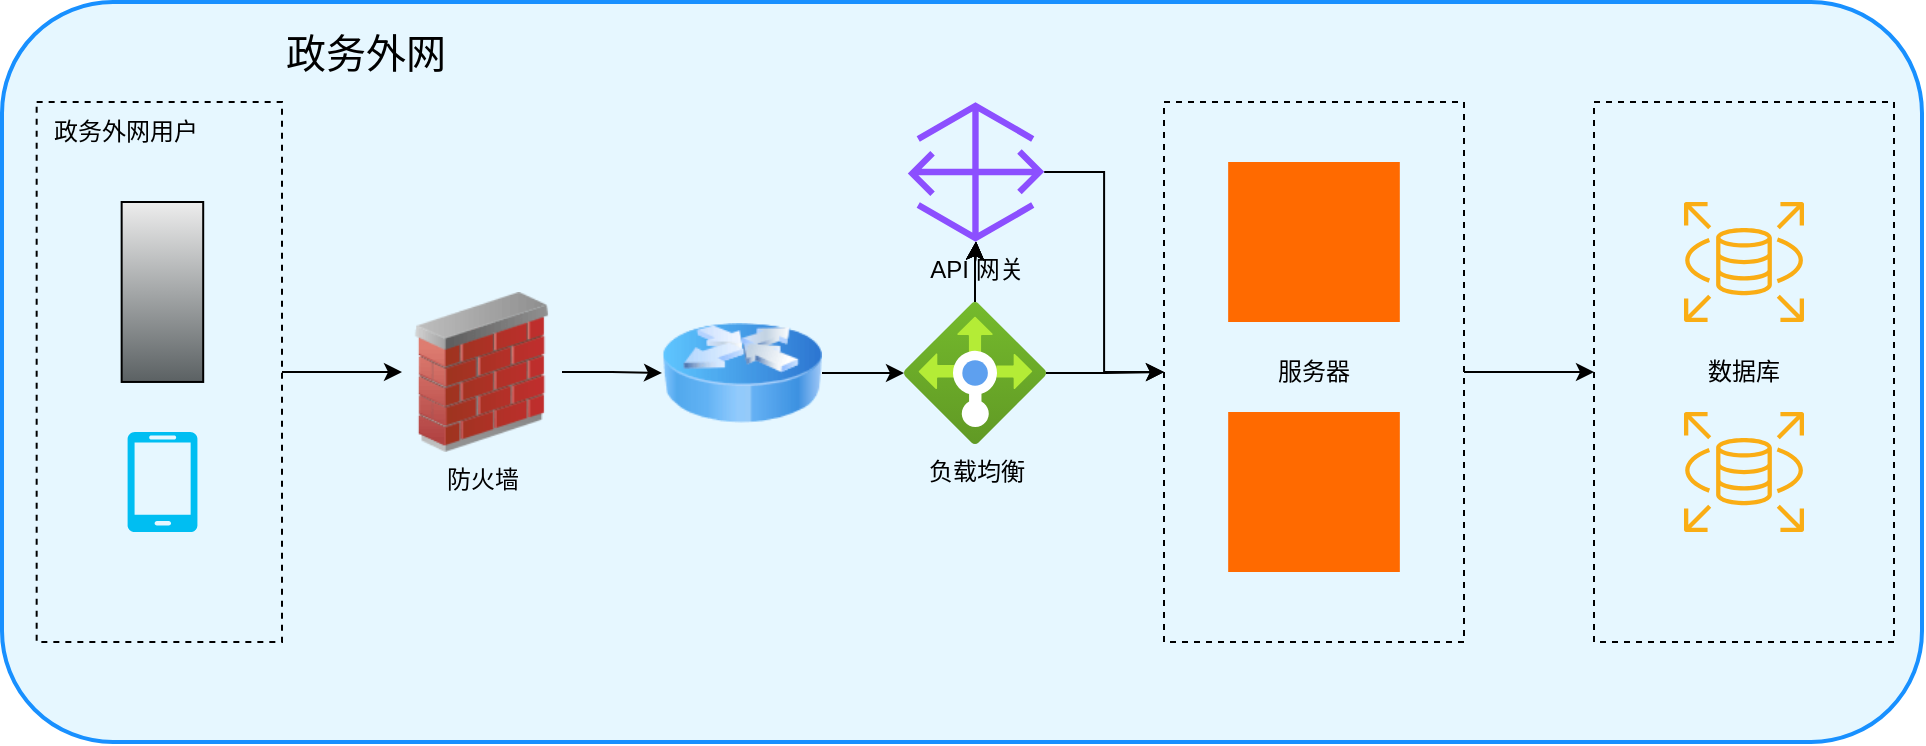
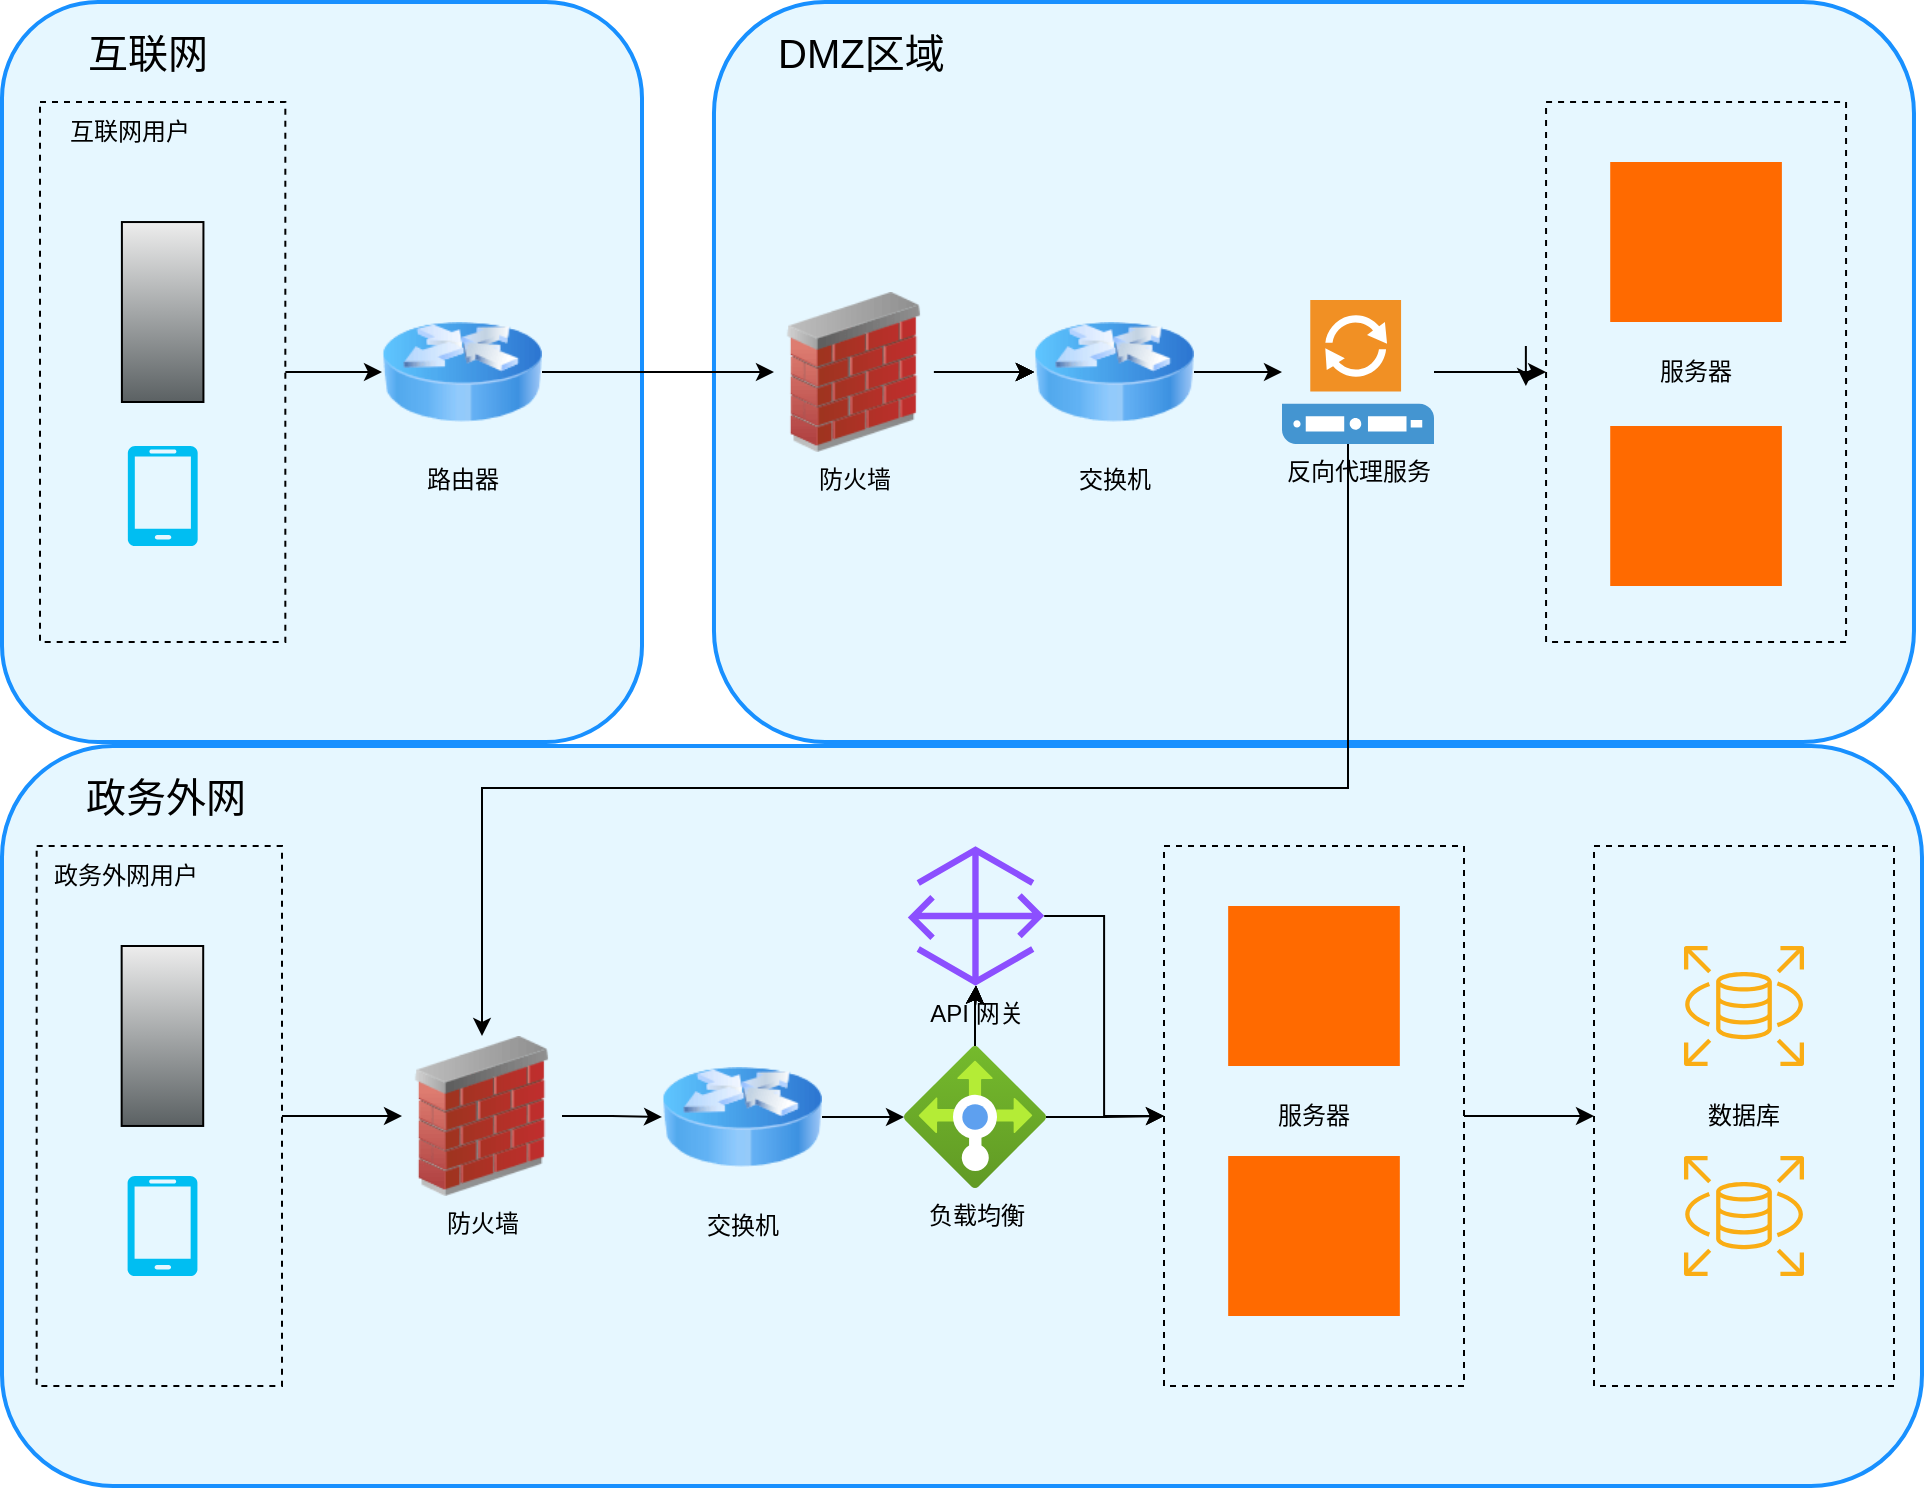
<mxfile host="app.diagrams.net">
  <diagram name="第 1 页" id="D2IiC31BuT-QvLHUgMJ5">
-     <mxGraphModel dx="129" dy="546" grid="1" gridSize="10" guides="1" tooltips="1" connect="1" arrows="1" fold="1" page="1" pageScale="1" pageWidth="827" pageHeight="1169" math="0" shadow="0">
+     <mxGraphModel dx="745" dy="2079" grid="1" gridSize="10" guides="1" tooltips="1" connect="1" arrows="1" fold="1" page="1" pageScale="1" pageWidth="827" pageHeight="1169" math="0" shadow="0">
      <root>
        <mxCell id="0" />
        <mxCell id="1" parent="0" />
        <mxCell id="P6Ce5vJbtA9BVtcRjQjT-61" parent="1" style="rounded=1;whiteSpace=wrap;html=1;fillColor=light-dark(#E6F7FF,#FFFFFF);strokeColor=#1890ff;strokeWidth=2;" value="" vertex="1">
-           <mxGeometry height="370" width="960" x="960" y="380" as="geometry" />
+           <mxGeometry height="370" width="960" x="960" y="359" as="geometry" />
        </mxCell>
        <mxCell id="P6Ce5vJbtA9BVtcRjQjT-62" edge="1" parent="1" source="P6Ce5vJbtA9BVtcRjQjT-63" style="edgeStyle=orthogonalEdgeStyle;rounded=0;orthogonalLoop=1;jettySize=auto;html=1;strokeColor=light-dark(#000000,#000000);" target="P6Ce5vJbtA9BVtcRjQjT-64">
          <mxGeometry relative="1" as="geometry" />
        </mxCell>
        <mxCell id="P6Ce5vJbtA9BVtcRjQjT-63" parent="1" style="rounded=0;whiteSpace=wrap;html=1;fillColor=none;strokeColor=light-dark(#000000,#000000);dashed=1;" value="&lt;font style=&quot;color: light-dark(rgb(0, 0, 0), rgb(0, 0, 0));&quot;&gt;服务器&lt;/font&gt;" vertex="1">
-           <mxGeometry height="270" width="150" x="1541" y="430" as="geometry" />
+           <mxGeometry height="270" width="150" x="1541" y="409" as="geometry" />
        </mxCell>
        <mxCell id="P6Ce5vJbtA9BVtcRjQjT-64" parent="1" style="rounded=0;whiteSpace=wrap;html=1;fillColor=none;strokeColor=light-dark(#000000,#000000);dashed=1;" value="&lt;font style=&quot;color: light-dark(rgb(0, 0, 0), rgb(0, 0, 0));&quot;&gt;数据库&lt;/font&gt;" vertex="1">
-           <mxGeometry height="270" width="150" x="1756" y="430" as="geometry" />
+           <mxGeometry height="270" width="150" x="1756" y="409" as="geometry" />
        </mxCell>
        <mxCell id="P6Ce5vJbtA9BVtcRjQjT-65" parent="1" style="shape=mxgraph.aws4.rds;html=1;strokeColor=#000000;fillColor=#faad14;" value="" vertex="1">
-           <mxGeometry height="60" width="60" x="1801" y="480" as="geometry" />
+           <mxGeometry height="60" width="60" x="1801" y="459" as="geometry" />
        </mxCell>
        <mxCell id="P6Ce5vJbtA9BVtcRjQjT-66" parent="1" style="shape=mxgraph.aws4.rds;html=1;strokeColor=#000000;fillColor=#faad14;" value="" vertex="1">
-           <mxGeometry height="60" width="60" x="1801" y="585" as="geometry" />
+           <mxGeometry height="60" width="60" x="1801" y="564" as="geometry" />
        </mxCell>
        <mxCell id="P6Ce5vJbtA9BVtcRjQjT-67" edge="1" parent="1" source="P6Ce5vJbtA9BVtcRjQjT-68" style="edgeStyle=orthogonalEdgeStyle;rounded=0;orthogonalLoop=1;jettySize=auto;html=1;entryX=0;entryY=0.5;entryDx=0;entryDy=0;strokeColor=light-dark(#000000,#000000);" target="P6Ce5vJbtA9BVtcRjQjT-73">
          <mxGeometry relative="1" as="geometry" />
        </mxCell>
        <mxCell id="P6Ce5vJbtA9BVtcRjQjT-68" parent="1" style="rounded=0;whiteSpace=wrap;html=1;fillColor=none;strokeColor=light-dark(#000000,#000000);dashed=1;" value="" vertex="1">
-           <mxGeometry height="270" width="122.67" x="977.3299999999999" y="430" as="geometry" />
+           <mxGeometry height="270" width="122.67" x="977.3299999999999" y="409" as="geometry" />
        </mxCell>
        <mxCell id="P6Ce5vJbtA9BVtcRjQjT-69" parent="1" style="shape=mxgraph.networks2.icon;aspect=fixed;fillColor=#EDEDED;strokeColor=#000000;gradientColor=#5B6163;network2IconShadow=1;network2bgFillColor=none;labelPosition=center;verticalLabelPosition=bottom;align=center;verticalAlign=top;network2Icon=mxgraph.networks2.desktop_pc;network2IconXOffset=-0.0034;network2IconYOffset=0.00035;network2IconW=0.453;network2IconH=0.9995;" value="" vertex="1">
-           <mxGeometry height="89.98" width="40.77" x="1019.8299999999999" y="480" as="geometry" />
+           <mxGeometry height="89.98" width="40.77" x="1019.8299999999999" y="459" as="geometry" />
        </mxCell>
        <mxCell id="P6Ce5vJbtA9BVtcRjQjT-70" parent="1" style="text;html=1;whiteSpace=wrap;strokeColor=none;fillColor=none;align=left;verticalAlign=middle;rounded=0;fontSize=20;fontColor=light-dark(#000000,#000000);" value="政务外网" vertex="1">
-           <mxGeometry height="50" width="170" x="1100" y="380" as="geometry" />
+           <mxGeometry height="50" width="170" x="1000" y="359" as="geometry" />
        </mxCell>
        <mxCell id="P6Ce5vJbtA9BVtcRjQjT-71" parent="1" style="text;html=1;whiteSpace=wrap;strokeColor=none;fillColor=none;align=center;verticalAlign=middle;rounded=0;fontColor=light-dark(#000000,#000000);" value="政务外网用户" vertex="1">
-           <mxGeometry height="30" width="90" x="977.33" y="430" as="geometry" />
+           <mxGeometry height="30" width="90" x="977.33" y="409" as="geometry" />
        </mxCell>
        <mxCell id="P6Ce5vJbtA9BVtcRjQjT-90" edge="1" parent="1" source="P6Ce5vJbtA9BVtcRjQjT-73" style="edgeStyle=orthogonalEdgeStyle;rounded=0;orthogonalLoop=1;jettySize=auto;html=1;entryX=0;entryY=0.5;entryDx=0;entryDy=0;strokeColor=light-dark(#000000,#000000);" target="P6Ce5vJbtA9BVtcRjQjT-89">
          <mxGeometry relative="1" as="geometry" />
        </mxCell>
        <mxCell id="P6Ce5vJbtA9BVtcRjQjT-73" parent="1" style="image;html=1;image=img/lib/clip_art/networking/Firewall_02_128x128.png;labelBackgroundColor=none;" value="&lt;span style=&quot;&quot;&gt;&lt;font style=&quot;color: light-dark(rgb(0, 0, 0), rgb(0, 0, 0));&quot;&gt;防火墙&lt;/font&gt;&lt;/span&gt;" vertex="1">
-           <mxGeometry height="80" width="80" x="1160" y="525" as="geometry" />
+           <mxGeometry height="80" width="80" x="1160" y="504" as="geometry" />
        </mxCell>
        <mxCell id="P6Ce5vJbtA9BVtcRjQjT-74" edge="1" parent="1" source="P6Ce5vJbtA9BVtcRjQjT-75" style="edgeStyle=orthogonalEdgeStyle;rounded=0;orthogonalLoop=1;jettySize=auto;html=1;entryX=0;entryY=0.5;entryDx=0;entryDy=0;strokeColor=light-dark(#000000,#000000);" target="P6Ce5vJbtA9BVtcRjQjT-63">
          <mxGeometry relative="1" as="geometry" />
        </mxCell>
        <mxCell id="P6Ce5vJbtA9BVtcRjQjT-80" edge="1" parent="1" source="P6Ce5vJbtA9BVtcRjQjT-75" style="edgeStyle=orthogonalEdgeStyle;rounded=0;orthogonalLoop=1;jettySize=auto;html=1;" target="P6Ce5vJbtA9BVtcRjQjT-79">
          <mxGeometry relative="1" as="geometry" />
        </mxCell>
        <mxCell id="P6Ce5vJbtA9BVtcRjQjT-81" edge="1" parent="1" source="P6Ce5vJbtA9BVtcRjQjT-75" style="edgeStyle=orthogonalEdgeStyle;rounded=0;orthogonalLoop=1;jettySize=auto;html=1;" target="P6Ce5vJbtA9BVtcRjQjT-79">
          <mxGeometry relative="1" as="geometry" />
        </mxCell>
        <mxCell id="P6Ce5vJbtA9BVtcRjQjT-82" edge="1" parent="1" source="P6Ce5vJbtA9BVtcRjQjT-75" style="edgeStyle=orthogonalEdgeStyle;rounded=0;orthogonalLoop=1;jettySize=auto;html=1;" target="P6Ce5vJbtA9BVtcRjQjT-79">
          <mxGeometry relative="1" as="geometry" />
        </mxCell>
        <mxCell id="P6Ce5vJbtA9BVtcRjQjT-83" edge="1" parent="1" source="P6Ce5vJbtA9BVtcRjQjT-75" style="edgeStyle=orthogonalEdgeStyle;rounded=0;orthogonalLoop=1;jettySize=auto;html=1;" target="P6Ce5vJbtA9BVtcRjQjT-79">
          <mxGeometry relative="1" as="geometry" />
        </mxCell>
        <mxCell id="P6Ce5vJbtA9BVtcRjQjT-86" edge="1" parent="1" source="P6Ce5vJbtA9BVtcRjQjT-75" style="edgeStyle=orthogonalEdgeStyle;rounded=0;orthogonalLoop=1;jettySize=auto;html=1;" target="P6Ce5vJbtA9BVtcRjQjT-79">
          <mxGeometry relative="1" as="geometry" />
        </mxCell>
        <mxCell id="P6Ce5vJbtA9BVtcRjQjT-87" edge="1" parent="1" source="P6Ce5vJbtA9BVtcRjQjT-75" style="edgeStyle=orthogonalEdgeStyle;rounded=0;orthogonalLoop=1;jettySize=auto;html=1;strokeColor=light-dark(#000000,#000000);" target="P6Ce5vJbtA9BVtcRjQjT-79">
          <mxGeometry relative="1" as="geometry" />
        </mxCell>
        <mxCell id="P6Ce5vJbtA9BVtcRjQjT-75" parent="1" style="image;aspect=fixed;html=1;points=[];align=center;fontSize=12;image=img/lib/azure2/networking/Load_Balancers.svg;fontColor=light-dark(#000000,#000000);labelBackgroundColor=none;" value="&lt;span style=&quot;&quot;&gt;负载&lt;/span&gt;&lt;span&gt;均衡&lt;/span&gt;" vertex="1">
-           <mxGeometry height="71" width="71" x="1411" y="530" as="geometry" />
+           <mxGeometry height="71" width="71" x="1411" y="509" as="geometry" />
        </mxCell>
        <mxCell id="P6Ce5vJbtA9BVtcRjQjT-76" parent="1" style="points=[];aspect=fixed;html=1;align=center;shadow=0;dashed=0;fillColor=#FF6A00;strokeColor=none;shape=mxgraph.alibaba_cloud.ecs_elastic_compute_service;" value="" vertex="1">
-           <mxGeometry height="80" width="85.83" x="1573.08" y="460" as="geometry" />
+           <mxGeometry height="80" width="85.83" x="1573.08" y="439" as="geometry" />
        </mxCell>
        <mxCell id="P6Ce5vJbtA9BVtcRjQjT-77" parent="1" style="points=[];aspect=fixed;html=1;align=center;shadow=0;dashed=0;fillColor=#FF6A00;strokeColor=none;shape=mxgraph.alibaba_cloud.ecs_elastic_compute_service;" value="" vertex="1">
-           <mxGeometry height="80" width="85.83" x="1573.0900000000001" y="585" as="geometry" />
+           <mxGeometry height="80" width="85.83" x="1573.0900000000001" y="564" as="geometry" />
        </mxCell>
        <mxCell id="P6Ce5vJbtA9BVtcRjQjT-78" parent="1" style="verticalLabelPosition=bottom;html=1;verticalAlign=top;align=center;strokeColor=none;fillColor=#00BEF2;shape=mxgraph.azure.mobile;pointerEvents=1;" value="" vertex="1">
-           <mxGeometry height="50" width="35" x="1022.71" y="595" as="geometry" />
+           <mxGeometry height="50" width="35" x="1022.71" y="574" as="geometry" />
        </mxCell>
        <mxCell id="P6Ce5vJbtA9BVtcRjQjT-84" edge="1" parent="1" source="P6Ce5vJbtA9BVtcRjQjT-79" style="edgeStyle=orthogonalEdgeStyle;rounded=0;orthogonalLoop=1;jettySize=auto;html=1;entryX=0;entryY=0.5;entryDx=0;entryDy=0;strokeColor=light-dark(#000000,#000000);" target="P6Ce5vJbtA9BVtcRjQjT-63">
          <mxGeometry relative="1" as="geometry" />
        </mxCell>
        <mxCell id="P6Ce5vJbtA9BVtcRjQjT-79" parent="1" style="sketch=0;outlineConnect=0;fontColor=#232F3E;gradientColor=none;fillColor=#8C4FFF;strokeColor=none;dashed=0;verticalLabelPosition=bottom;verticalAlign=top;align=center;html=1;fontSize=12;fontStyle=0;aspect=fixed;pointerEvents=1;shape=mxgraph.aws4.gateway;" value="&lt;font style=&quot;color: light-dark(rgb(0, 0, 0), rgb(0, 0, 0));&quot;&gt;API 网关&lt;/font&gt;" vertex="1">
-           <mxGeometry height="70" width="68.2" x="1412.8999999999999" y="430" as="geometry" />
+           <mxGeometry height="70" width="68.2" x="1412.8999999999999" y="409" as="geometry" />
        </mxCell>
        <mxCell id="P6Ce5vJbtA9BVtcRjQjT-91" edge="1" parent="1" source="P6Ce5vJbtA9BVtcRjQjT-89" style="edgeStyle=orthogonalEdgeStyle;rounded=0;orthogonalLoop=1;jettySize=auto;html=1;strokeColor=light-dark(#000000,#000000);" target="P6Ce5vJbtA9BVtcRjQjT-75">
          <mxGeometry relative="1" as="geometry" />
        </mxCell>
-         <mxCell id="P6Ce5vJbtA9BVtcRjQjT-89" parent="1" style="image;html=1;image=img/lib/clip_art/networking/Router_Icon_128x128.png" value="" vertex="1">
-           <mxGeometry height="80" width="80" x="1290" y="525.5" as="geometry" />
+         <mxCell id="P6Ce5vJbtA9BVtcRjQjT-89" parent="1" style="image;html=1;image=img/lib/clip_art/networking/Router_Icon_128x128.png;labelBackgroundColor=none;" value="&lt;font style=&quot;color: light-dark(rgb(0, 0, 0), rgb(0, 0, 0));&quot;&gt;交换机&lt;/font&gt;" vertex="1">
+           <mxGeometry height="80" width="80" x="1290" y="504.5" as="geometry" />
+         </mxCell>
+         <mxCell id="P6Ce5vJbtA9BVtcRjQjT-92" parent="1" style="rounded=1;whiteSpace=wrap;html=1;fillColor=light-dark(#E6F7FF,#FFFFFF);strokeColor=#1890ff;strokeWidth=2;" value="" vertex="1">
+           <mxGeometry height="370" width="600" x="1315.99" y="-13" as="geometry" />
+         </mxCell>
+         <mxCell id="P6Ce5vJbtA9BVtcRjQjT-93" parent="1" style="text;html=1;whiteSpace=wrap;strokeColor=none;fillColor=none;align=left;verticalAlign=middle;rounded=0;fontSize=20;fontColor=light-dark(#000000,#000000);" value="DMZ区域" vertex="1">
+           <mxGeometry height="50" width="170" x="1345.99" y="-13" as="geometry" />
+         </mxCell>
+         <mxCell id="P6Ce5vJbtA9BVtcRjQjT-115" edge="1" parent="1" source="P6Ce5vJbtA9BVtcRjQjT-95" style="edgeStyle=orthogonalEdgeStyle;rounded=0;orthogonalLoop=1;jettySize=auto;html=1;entryX=0;entryY=0.5;entryDx=0;entryDy=0;fontColor=light-dark(#000000,#000000);" target="P6Ce5vJbtA9BVtcRjQjT-113">
+           <mxGeometry relative="1" as="geometry" />
+         </mxCell>
+         <mxCell id="P6Ce5vJbtA9BVtcRjQjT-117" edge="1" parent="1" source="P6Ce5vJbtA9BVtcRjQjT-95" style="edgeStyle=orthogonalEdgeStyle;rounded=0;orthogonalLoop=1;jettySize=auto;html=1;entryX=0;entryY=0.5;entryDx=0;entryDy=0;fontColor=light-dark(#000000,#000000);" target="P6Ce5vJbtA9BVtcRjQjT-113">
+           <mxGeometry relative="1" as="geometry" />
+         </mxCell>
+         <mxCell id="P6Ce5vJbtA9BVtcRjQjT-118" edge="1" parent="1" source="P6Ce5vJbtA9BVtcRjQjT-95" style="edgeStyle=orthogonalEdgeStyle;rounded=0;orthogonalLoop=1;jettySize=auto;html=1;entryX=0;entryY=0.5;entryDx=0;entryDy=0;" target="P6Ce5vJbtA9BVtcRjQjT-113">
+           <mxGeometry relative="1" as="geometry" />
+         </mxCell>
+         <mxCell id="P6Ce5vJbtA9BVtcRjQjT-119" edge="1" parent="1" source="P6Ce5vJbtA9BVtcRjQjT-95" style="edgeStyle=orthogonalEdgeStyle;rounded=0;orthogonalLoop=1;jettySize=auto;html=1;" target="P6Ce5vJbtA9BVtcRjQjT-113" value="">
+           <mxGeometry relative="1" as="geometry" />
+         </mxCell>
+         <mxCell id="P6Ce5vJbtA9BVtcRjQjT-120" edge="1" parent="1" source="P6Ce5vJbtA9BVtcRjQjT-95" style="edgeStyle=orthogonalEdgeStyle;rounded=0;orthogonalLoop=1;jettySize=auto;html=1;strokeColor=light-dark(#000000,#000000);" target="P6Ce5vJbtA9BVtcRjQjT-113">
+           <mxGeometry relative="1" as="geometry" />
+         </mxCell>
+         <mxCell id="P6Ce5vJbtA9BVtcRjQjT-95" parent="1" style="image;html=1;image=img/lib/clip_art/networking/Firewall_02_128x128.png;labelBackgroundColor=none;" value="&lt;span style=&quot;&quot;&gt;&lt;font style=&quot;color: light-dark(rgb(0, 0, 0), rgb(0, 0, 0));&quot;&gt;防火墙&lt;/font&gt;&lt;/span&gt;" vertex="1">
+           <mxGeometry height="80" width="80" x="1345.99" y="132" as="geometry" />
+         </mxCell>
+         <mxCell id="P6Ce5vJbtA9BVtcRjQjT-123" edge="1" parent="1" source="P6Ce5vJbtA9BVtcRjQjT-98" style="edgeStyle=orthogonalEdgeStyle;rounded=0;orthogonalLoop=1;jettySize=auto;html=1;entryX=0;entryY=0.5;entryDx=0;entryDy=0;strokeColor=light-dark(#000000,#000000);" target="P6Ce5vJbtA9BVtcRjQjT-109">
+           <mxGeometry relative="1" as="geometry" />
+         </mxCell>
+         <mxCell id="P6Ce5vJbtA9BVtcRjQjT-127" edge="1" parent="1" source="P6Ce5vJbtA9BVtcRjQjT-98" style="edgeStyle=orthogonalEdgeStyle;rounded=0;orthogonalLoop=1;jettySize=auto;html=1;entryX=0.5;entryY=0;entryDx=0;entryDy=0;strokeColor=light-dark(#000000,#000000);" target="P6Ce5vJbtA9BVtcRjQjT-73">
+           <mxGeometry relative="1" as="geometry">
+             <Array as="points">
+               <mxPoint x="1633" y="380" />
+               <mxPoint x="1200" y="380" />
+             </Array>
+           </mxGeometry>
+         </mxCell>
+         <mxCell id="P6Ce5vJbtA9BVtcRjQjT-98" parent="1" style="shadow=0;dashed=0;html=1;strokeColor=none;fillColor=#4495D1;labelPosition=center;verticalLabelPosition=bottom;verticalAlign=top;align=center;outlineConnect=0;shape=mxgraph.veeam.proxy_server;fontColor=light-dark(#000000,#000000);" value="反向代理服务" vertex="1">
+           <mxGeometry height="72" width="76" x="1600" y="136" as="geometry" />
+         </mxCell>
+         <mxCell id="P6Ce5vJbtA9BVtcRjQjT-100" parent="1" style="rounded=1;whiteSpace=wrap;html=1;fillColor=light-dark(#E6F7FF,#FFFFFF);strokeColor=#1890ff;strokeWidth=2;" value="" vertex="1">
+           <mxGeometry height="370" width="320" x="960" y="-13" as="geometry" />
+         </mxCell>
+         <mxCell id="P6Ce5vJbtA9BVtcRjQjT-101" parent="1" style="text;html=1;whiteSpace=wrap;strokeColor=none;fillColor=none;align=left;verticalAlign=middle;rounded=0;fontSize=20;fontColor=light-dark(#000000,#000000);" value="互联网" vertex="1">
+           <mxGeometry height="50" width="140" x="1001.1" y="-13" as="geometry" />
+         </mxCell>
+         <mxCell id="P6Ce5vJbtA9BVtcRjQjT-125" edge="1" parent="1" source="P6Ce5vJbtA9BVtcRjQjT-103" style="edgeStyle=orthogonalEdgeStyle;rounded=0;orthogonalLoop=1;jettySize=auto;html=1;exitX=1;exitY=0.5;exitDx=0;exitDy=0;entryX=0;entryY=0.5;entryDx=0;entryDy=0;strokeColor=light-dark(#000000,#000000);" target="P6Ce5vJbtA9BVtcRjQjT-124">
+           <mxGeometry relative="1" as="geometry" />
+         </mxCell>
+         <mxCell id="P6Ce5vJbtA9BVtcRjQjT-103" parent="1" style="rounded=0;whiteSpace=wrap;html=1;fillColor=none;strokeColor=light-dark(#000000,#000000);dashed=1;" value="" vertex="1">
+           <mxGeometry height="270" width="122.67" x="979" y="37" as="geometry" />
+         </mxCell>
+         <mxCell id="P6Ce5vJbtA9BVtcRjQjT-105" parent="1" style="shape=mxgraph.networks2.icon;aspect=fixed;fillColor=#EDEDED;strokeColor=#000000;gradientColor=#5B6163;network2IconShadow=1;network2bgFillColor=none;labelPosition=center;verticalLabelPosition=bottom;align=center;verticalAlign=top;network2Icon=mxgraph.networks2.desktop_pc;network2IconXOffset=-0.0034;network2IconYOffset=0.00035;network2IconW=0.453;network2IconH=0.9995;" value="" vertex="1">
+           <mxGeometry height="89.98" width="40.77" x="1019.9499999999998" y="97.02000000000001" as="geometry" />
+         </mxCell>
+         <mxCell id="P6Ce5vJbtA9BVtcRjQjT-106" parent="1" style="verticalLabelPosition=bottom;html=1;verticalAlign=top;align=center;strokeColor=none;fillColor=#00BEF2;shape=mxgraph.azure.mobile;pointerEvents=1;" value="" vertex="1">
+           <mxGeometry height="50" width="35" x="1022.8299999999999" y="209" as="geometry" />
+         </mxCell>
+         <mxCell id="P6Ce5vJbtA9BVtcRjQjT-107" parent="1" style="text;html=1;whiteSpace=wrap;strokeColor=none;fillColor=none;align=center;verticalAlign=middle;rounded=0;fontColor=light-dark(#000000,#000000);" value="互联网用户" vertex="1">
+           <mxGeometry height="30" width="90" x="979" y="37" as="geometry" />
+         </mxCell>
+         <mxCell id="P6Ce5vJbtA9BVtcRjQjT-109" parent="1" style="rounded=0;whiteSpace=wrap;html=1;fillColor=none;strokeColor=light-dark(#000000,#000000);dashed=1;" value="&lt;font style=&quot;color: light-dark(rgb(0, 0, 0), rgb(0, 0, 0));&quot;&gt;服务器&lt;/font&gt;" vertex="1">
+           <mxGeometry height="270" width="150" x="1732.03" y="37" as="geometry" />
+         </mxCell>
+         <mxCell id="P6Ce5vJbtA9BVtcRjQjT-110" parent="1" style="points=[];aspect=fixed;html=1;align=center;shadow=0;dashed=0;fillColor=#FF6A00;strokeColor=none;shape=mxgraph.alibaba_cloud.ecs_elastic_compute_service;" value="" vertex="1">
+           <mxGeometry height="80" width="85.83" x="1764.11" y="67" as="geometry" />
+         </mxCell>
+         <mxCell id="P6Ce5vJbtA9BVtcRjQjT-112" parent="1" style="points=[];aspect=fixed;html=1;align=center;shadow=0;dashed=0;fillColor=#FF6A00;strokeColor=none;shape=mxgraph.alibaba_cloud.ecs_elastic_compute_service;" value="" vertex="1">
+           <mxGeometry height="80" width="85.83" x="1764.11" y="199" as="geometry" />
+         </mxCell>
+         <mxCell id="P6Ce5vJbtA9BVtcRjQjT-121" edge="1" parent="1" source="P6Ce5vJbtA9BVtcRjQjT-113" style="edgeStyle=orthogonalEdgeStyle;rounded=0;orthogonalLoop=1;jettySize=auto;html=1;strokeColor=light-dark(#000000,#000000);" target="P6Ce5vJbtA9BVtcRjQjT-98">
+           <mxGeometry relative="1" as="geometry" />
+         </mxCell>
+         <mxCell id="P6Ce5vJbtA9BVtcRjQjT-113" parent="1" style="image;html=1;image=img/lib/clip_art/networking/Router_Icon_128x128.png;labelBackgroundColor=none;" value="&lt;font style=&quot;color: light-dark(rgb(0, 0, 0), rgb(0, 0, 0));&quot;&gt;交换机&lt;/font&gt;" vertex="1">
+           <mxGeometry height="80" width="80" x="1475.99" y="132" as="geometry" />
+         </mxCell>
+         <mxCell id="P6Ce5vJbtA9BVtcRjQjT-122" edge="1" parent="1" style="edgeStyle=orthogonalEdgeStyle;rounded=0;orthogonalLoop=1;jettySize=auto;html=1;">
+           <mxGeometry relative="1" as="geometry">
+             <mxPoint x="1721.94" y="159" as="sourcePoint" />
+             <mxPoint x="1721.94" y="179" as="targetPoint" />
+           </mxGeometry>
+         </mxCell>
+         <mxCell id="P6Ce5vJbtA9BVtcRjQjT-126" edge="1" parent="1" source="P6Ce5vJbtA9BVtcRjQjT-124" style="edgeStyle=orthogonalEdgeStyle;rounded=0;orthogonalLoop=1;jettySize=auto;html=1;entryX=0;entryY=0.5;entryDx=0;entryDy=0;strokeColor=light-dark(#000000,#000000);" target="P6Ce5vJbtA9BVtcRjQjT-95">
+           <mxGeometry relative="1" as="geometry" />
+         </mxCell>
+         <mxCell id="P6Ce5vJbtA9BVtcRjQjT-124" parent="1" style="image;html=1;image=img/lib/clip_art/networking/Router_Icon_128x128.png;labelBackgroundColor=none;" value="&lt;font style=&quot;color: light-dark(rgb(0, 0, 0), rgb(0, 0, 0));&quot;&gt;路由器&lt;/font&gt;" vertex="1">
+           <mxGeometry height="80" width="80" x="1150" y="132" as="geometry" />
        </mxCell>
      </root>
    </mxGraphModel>
  </diagram>
</mxfile>
